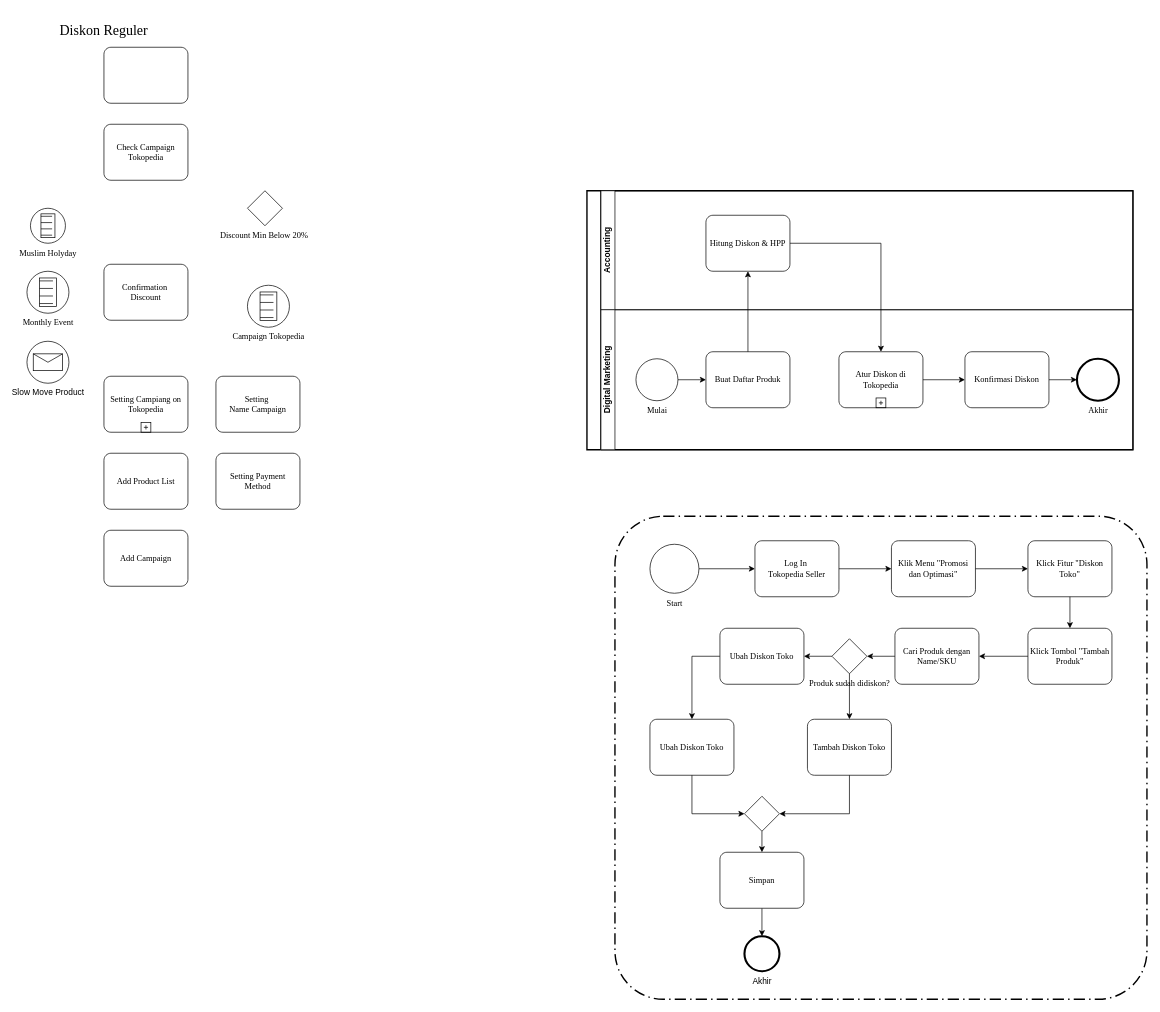
This is BPMN-KP-Coba.drawio from xoghub/diagrams, a draw.io file, before an edit. Source tidied: cells renumbered, new cells numbered last; positions are measured from the earlier drawing's top-left corner, leaving out a move shared by most shapes. Both pictures are drawn from the tidied source at 70%, with x=0, y=0 at pixel (27, 12).
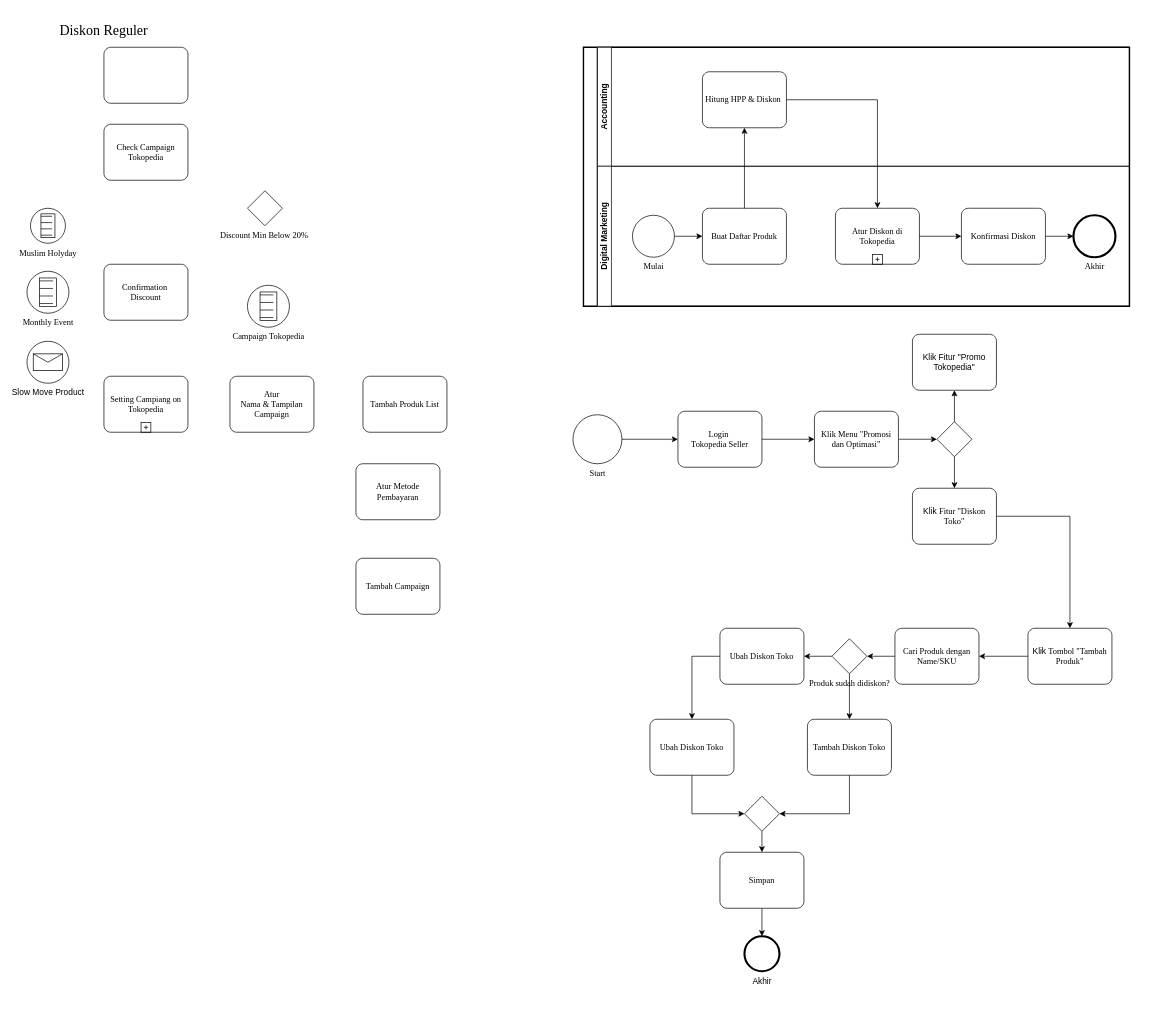
After the change.

Unchanged cells that the change refers to:
```xml
<mxCell id="18" value="Accounting" style="swimlane;startSize=20;horizontal=0;html=1;whiteSpace=wrap;" parent="17" vertex="1">
  <mxGeometry x="20" width="760" height="170" as="geometry" />
</mxCell>
```

Diff of the diagram source:
```diff
@@
-    <mxCell id="11" value="Setting&amp;nbsp;&lt;div&gt;Name Campaign&lt;/div&gt;" style="shape=mxgraph.bpmn.task;whiteSpace=wrap;rectStyle=rounded;size=10;html=1;taskMarker=abstract;fontFamily=Times New Roman;" parent="1" vertex="1">
-      <mxGeometry x="270" y="520" width="120" height="80" as="geometry" />
+    <mxCell id="11" value="Atur&lt;div&gt;Nama &amp;amp; Tampilan Campaign&lt;/div&gt;" style="shape=mxgraph.bpmn.task;whiteSpace=wrap;rectStyle=rounded;size=10;html=1;taskMarker=abstract;fontFamily=Times New Roman;" parent="1" vertex="1">
+      <mxGeometry x="290" y="520" width="120" height="80" as="geometry" />
     </mxCell>
-    <mxCell id="12" value="&lt;div&gt;Add Product List&lt;/div&gt;" style="shape=mxgraph.bpmn.task;whiteSpace=wrap;rectStyle=rounded;size=10;html=1;taskMarker=abstract;fontFamily=Times New Roman;" parent="1" vertex="1">
-      <mxGeometry x="110" y="630" width="120" height="80" as="geometry" />
+    <mxCell id="12" value="&lt;div&gt;Tambah Produk List&lt;/div&gt;" style="shape=mxgraph.bpmn.task;whiteSpace=wrap;rectStyle=rounded;size=10;html=1;taskMarker=abstract;fontFamily=Times New Roman;" parent="1" vertex="1">
+      <mxGeometry x="480" y="520" width="120" height="80" as="geometry" />
     </mxCell>
-    <mxCell id="13" value="&lt;div&gt;Setting Payment Method&lt;/div&gt;" style="shape=mxgraph.bpmn.task;whiteSpace=wrap;rectStyle=rounded;size=10;html=1;taskMarker=abstract;fontFamily=Times New Roman;" parent="1" vertex="1">
-      <mxGeometry x="270" y="630" width="120" height="80" as="geometry" />
+    <mxCell id="13" value="Atur Metode Pembayaran" style="shape=mxgraph.bpmn.task;whiteSpace=wrap;rectStyle=rounded;size=10;html=1;taskMarker=abstract;fontFamily=Times New Roman;" parent="1" vertex="1">
+      <mxGeometry x="470" y="645" width="120" height="80" as="geometry" />
     </mxCell>
-    <mxCell id="14" value="Add Campaign" style="shape=mxgraph.bpmn.task;whiteSpace=wrap;rectStyle=rounded;size=10;html=1;taskMarker=abstract;fontFamily=Times New Roman;" parent="1" vertex="1">
-      <mxGeometry x="110" y="740" width="120" height="80" as="geometry" />
+    <mxCell id="14" value="Tambah Campaign" style="shape=mxgraph.bpmn.task;whiteSpace=wrap;rectStyle=rounded;size=10;html=1;taskMarker=abstract;fontFamily=Times New Roman;" parent="1" vertex="1">
+      <mxGeometry x="470" y="780" width="120" height="80" as="geometry" />
     </mxCell>
@@
     <mxCell id="17" style="swimlane;html=1;startSize=20;fontStyle=0;horizontal=0;swimlaneLine=1;swimlaneFillColor=#ffffff;strokeWidth=2;whiteSpace=wrap;" parent="1" vertex="1">
-      <mxGeometry x="800" y="255" width="780" height="370" as="geometry" />
+      <mxGeometry x="795" y="50" width="780" height="370" as="geometry" />
     </mxCell>
@@
-    <mxCell id="19" value="Hitung Diskon &amp;amp; HPP" style="points=[[0.25,0,0],[0.5,0,0],[0.75,0,0],[1,0.25,0],[1,0.5,0],[1,0.75,0],[0.75,1,0],[0.5,1,0],[0.25,1,0],[0,0.75,0],[0,0.5,0],[0,0.25,0]];shape=mxgraph.bpmn.task;whiteSpace=wrap;rectStyle=rounded;size=10;html=1;taskMarker=abstract;fontFamily=Times New Roman;" parent="18" vertex="1">
+    <mxCell id="19" value="Hitung HPP &amp;amp; Diskon&amp;nbsp;" style="points=[[0.25,0,0],[0.5,0,0],[0.75,0,0],[1,0.25,0],[1,0.5,0],[1,0.75,0],[0.75,1,0],[0.5,1,0],[0.25,1,0],[0,0.75,0],[0,0.5,0],[0,0.25,0]];shape=mxgraph.bpmn.task;whiteSpace=wrap;rectStyle=rounded;size=10;html=1;taskMarker=abstract;fontFamily=Times New Roman;" parent="18" vertex="1">
       <mxGeometry x="150" y="35" width="120" height="80" as="geometry" />
     </mxCell>
@@
     <mxCell id="31" value="Start" style="points=[[0.145,0.145,0],[0.5,0,0],[0.855,0.145,0],[1,0.5,0],[0.855,0.855,0],[0.5,1,0],[0.145,0.855,0],[0,0.5,0]];shape=mxgraph.bpmn.event;html=1;verticalLabelPosition=bottom;labelBackgroundColor=#ffffff;verticalAlign=top;align=center;perimeter=ellipsePerimeter;outlineConnect=0;outline=standard;symbol=general;fontFamily=Times New Roman;" parent="1" vertex="1">
-      <mxGeometry x="890" y="760" width="70" height="70" as="geometry" />
+      <mxGeometry x="780" y="575" width="70" height="70" as="geometry" />
     </mxCell>
-    <mxCell id="32" value="Log In&amp;nbsp;&lt;div&gt;Tokopedia Seller&lt;/div&gt;" style="points=[[0.25,0,0],[0.5,0,0],[0.75,0,0],[1,0.25,0],[1,0.5,0],[1,0.75,0],[0.75,1,0],[0.5,1,0],[0.25,1,0],[0,0.75,0],[0,0.5,0],[0,0.25,0]];shape=mxgraph.bpmn.task;whiteSpace=wrap;rectStyle=rounded;size=10;html=1;taskMarker=abstract;fontFamily=Times New Roman;" parent="1" vertex="1">
-      <mxGeometry x="1040" y="755" width="120" height="80" as="geometry" />
+    <mxCell id="32" value="Login&amp;nbsp;&lt;div&gt;Tokopedia Seller&lt;/div&gt;" style="points=[[0.25,0,0],[0.5,0,0],[0.75,0,0],[1,0.25,0],[1,0.5,0],[1,0.75,0],[0.75,1,0],[0.5,1,0],[0.25,1,0],[0,0.75,0],[0,0.5,0],[0,0.25,0]];shape=mxgraph.bpmn.task;whiteSpace=wrap;rectStyle=rounded;size=10;html=1;taskMarker=abstract;fontFamily=Times New Roman;" parent="1" vertex="1">
+      <mxGeometry x="930" y="570" width="120" height="80" as="geometry" />
     </mxCell>
+    <mxCell id="57" style="edgeStyle=orthogonalEdgeStyle;rounded=0;jettySize=auto;html=1;" parent="1" edge="1" source="33" target="58">
+      <mxGeometry relative="1" as="geometry" />
+    </mxCell>
     <mxCell id="33" value="Klik Menu &quot;Promosi dan Optimasi&quot;" style="points=[[0.25,0,0],[0.5,0,0],[0.75,0,0],[1,0.25,0],[1,0.5,0],[1,0.75,0],[0.75,1,0],[0.5,1,0],[0.25,1,0],[0,0.75,0],[0,0.5,0],[0,0.25,0]];shape=mxgraph.bpmn.task;whiteSpace=wrap;rectStyle=rounded;size=10;html=1;taskMarker=abstract;fontFamily=Times New Roman;" parent="1" vertex="1">
-      <mxGeometry x="1235" y="755" width="120" height="80" as="geometry" />
+      <mxGeometry x="1125" y="570" width="120" height="80" as="geometry" />
     </mxCell>
-    <mxCell id="34" value="Klick Fitur &quot;Diskon Toko&quot;" style="points=[[0.25,0,0],[0.5,0,0],[0.75,0,0],[1,0.25,0],[1,0.5,0],[1,0.75,0],[0.75,1,0],[0.5,1,0],[0.25,1,0],[0,0.75,0],[0,0.5,0],[0,0.25,0]];shape=mxgraph.bpmn.task;whiteSpace=wrap;rectStyle=rounded;size=10;html=1;taskMarker=abstract;fontFamily=Times New Roman;" parent="1" vertex="1">
-      <mxGeometry x="1430" y="755" width="120" height="80" as="geometry" />
+    <mxCell id="34" value="&lt;span style=&quot;font-family: Helvetica;&quot;&gt;Klik&amp;nbsp;&lt;/span&gt;Fitur &quot;Diskon Toko&quot;" style="points=[[0.25,0,0],[0.5,0,0],[0.75,0,0],[1,0.25,0],[1,0.5,0],[1,0.75,0],[0.75,1,0],[0.5,1,0],[0.25,1,0],[0,0.75,0],[0,0.5,0],[0,0.25,0]];shape=mxgraph.bpmn.task;whiteSpace=wrap;rectStyle=rounded;size=10;html=1;taskMarker=abstract;fontFamily=Times New Roman;" parent="1" vertex="1">
+      <mxGeometry x="1265" y="680" width="120" height="80" as="geometry" />
     </mxCell>
@@
-    <mxCell id="37" value="Klick Tombol &quot;Tambah Produk&quot;" style="points=[[0.25,0,0],[0.5,0,0],[0.75,0,0],[1,0.25,0],[1,0.5,0],[1,0.75,0],[0.75,1,0],[0.5,1,0],[0.25,1,0],[0,0.75,0],[0,0.5,0],[0,0.25,0]];shape=mxgraph.bpmn.task;whiteSpace=wrap;rectStyle=rounded;size=10;html=1;taskMarker=abstract;fontFamily=Times New Roman;" parent="1" vertex="1">
+    <mxCell id="37" value="&lt;span style=&quot;font-family: Helvetica;&quot;&gt;Klik&lt;/span&gt;&amp;nbsp;Tombol &quot;Tambah Produk&quot;" style="points=[[0.25,0,0],[0.5,0,0],[0.75,0,0],[1,0.25,0],[1,0.5,0],[1,0.75,0],[0.75,1,0],[0.5,1,0],[0.25,1,0],[0,0.75,0],[0,0.5,0],[0,0.25,0]];shape=mxgraph.bpmn.task;whiteSpace=wrap;rectStyle=rounded;size=10;html=1;taskMarker=abstract;fontFamily=Times New Roman;" parent="1" vertex="1">
       <mxGeometry x="1430" y="880" width="120" height="80" as="geometry" />
     </mxCell>
@@
-    <mxCell id="42" style="edgeStyle=orthogonalEdgeStyle;rounded=0;jettySize=auto;html=1;entryX=0;entryY=0.5;entryDx=0;entryDy=0;entryPerimeter=0;" parent="1" edge="1" source="33" target="34">
-      <mxGeometry relative="1" as="geometry" />
-    </mxCell>
@@
-    <mxCell id="56" style="rounded=1;arcSize=10;dashed=1;fillColor=none;gradientColor=none;dashPattern=8 3 1 3;strokeWidth=2;whiteSpace=wrap;html=1;" parent="1" vertex="1">
-      <mxGeometry x="840" y="720" width="760" height="690" as="geometry" />
-    </mxCell>
+    <mxCell id="58" style="points=[[0.25,0.25,0],[0.5,0,0],[0.75,0.25,0],[1,0.5,0],[0.75,0.75,0],[0.5,1,0],[0.25,0.75,0],[0,0.5,0]];shape=mxgraph.bpmn.gateway2;html=1;verticalLabelPosition=bottom;labelBackgroundColor=#ffffff;verticalAlign=top;align=center;perimeter=rhombusPerimeter;outlineConnect=0;outline=none;symbol=none;" parent="1" vertex="1">
+      <mxGeometry x="1300" y="585" width="50" height="50" as="geometry" />
+    </mxCell>
+    <mxCell id="59" style="edgeStyle=orthogonalEdgeStyle;rounded=0;jettySize=auto;html=1;exitX=0.5;exitY=1;exitDx=0;exitDy=0;exitPerimeter=0;entryX=0.5;entryY=0;entryDx=0;entryDy=0;entryPerimeter=0;" parent="1" edge="1" source="58" target="34">
+      <mxGeometry relative="1" as="geometry" />
+    </mxCell>
+    <mxCell id="60" value="Klik Fitur &quot;Promo Tokopedia&quot;" style="points=[[0.25,0,0],[0.5,0,0],[0.75,0,0],[1,0.25,0],[1,0.5,0],[1,0.75,0],[0.75,1,0],[0.5,1,0],[0.25,1,0],[0,0.75,0],[0,0.5,0],[0,0.25,0]];shape=mxgraph.bpmn.task;whiteSpace=wrap;rectStyle=rounded;size=10;html=1;taskMarker=abstract;" parent="1" vertex="1">
+      <mxGeometry x="1265" y="460" width="120" height="80" as="geometry" />
+    </mxCell>
+    <mxCell id="61" style="edgeStyle=orthogonalEdgeStyle;rounded=0;jettySize=auto;html=1;entryX=0.5;entryY=1;entryDx=0;entryDy=0;entryPerimeter=0;" parent="1" edge="1" source="58" target="60">
+      <mxGeometry relative="1" as="geometry" />
+    </mxCell>
```
